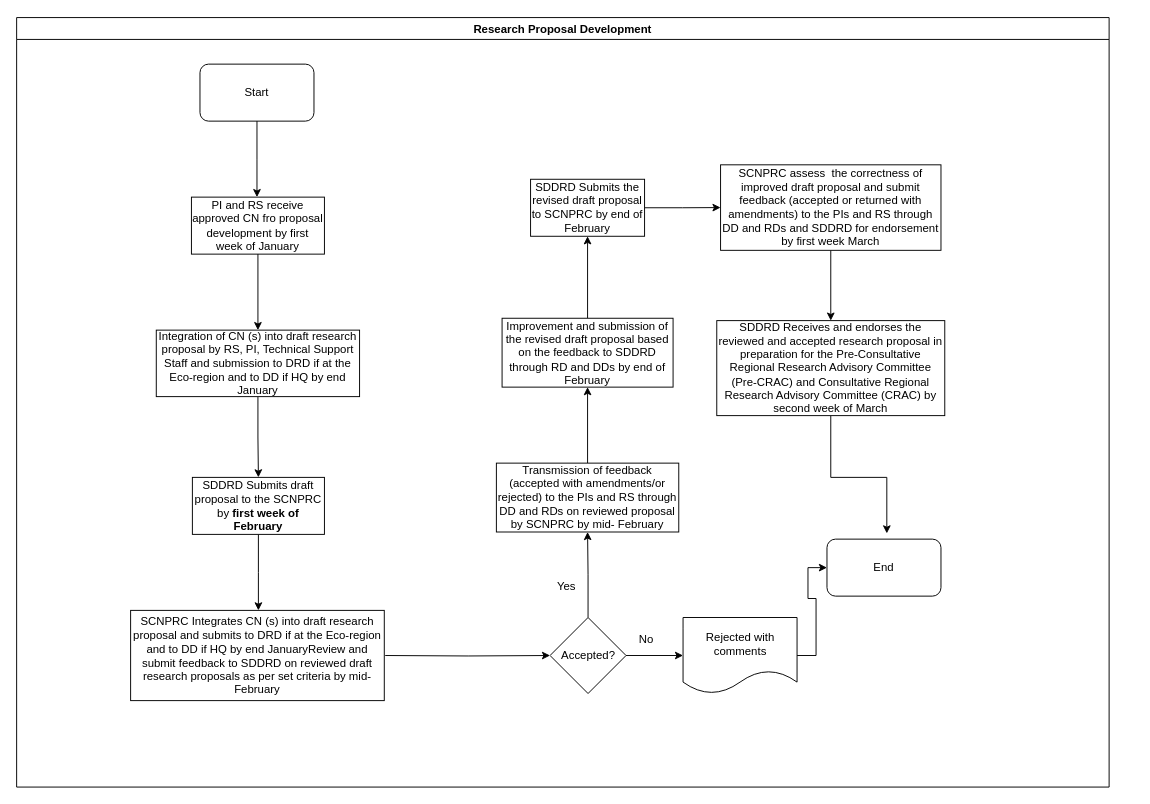
kmagua/flowcharts keeps this draw.io diagram as KEFRI_R&D-Research Proposal Development.drawio. Above is the earlier version. Source tidied: cells renumbered, new cells numbered last; positions are measured from the earlier drawing's top-left corner, leaving out a move shared by most shapes. Both pictures are drawn from the tidied source at 95%, with x=0, y=0 at pixel (16, 17).
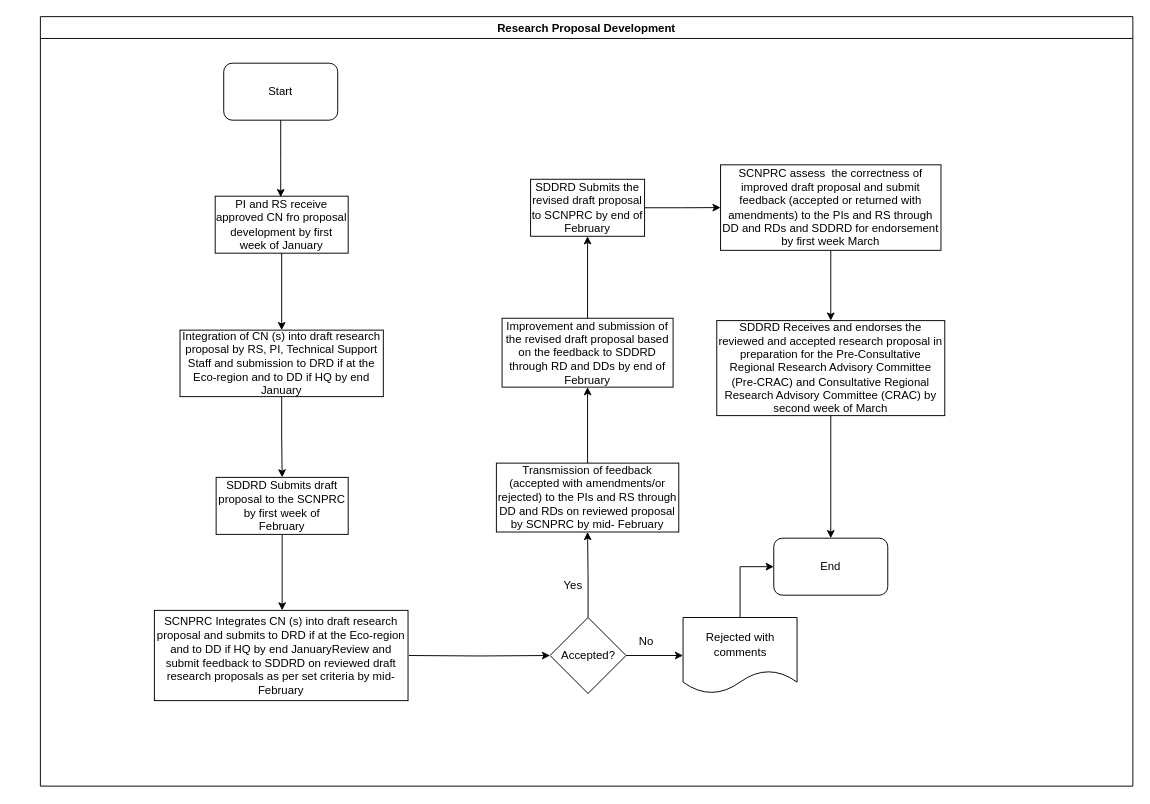
The same diagram, later.

Unchanged cells that the change refers to:
```xml
<mxCell id="3" value="Start" style="rounded=1;whiteSpace=wrap;html=1;" parent="2" vertex="1">
  <mxGeometry x="193" y="49" width="120" height="60" as="geometry" />
</mxCell>
<mxCell id="18" value="Accepted?" style="rhombus;whiteSpace=wrap;html=1;rounded=0;" parent="1" vertex="1">
  <mxGeometry x="561.5" y="631.5" width="80" height="80" as="geometry" />
</mxCell>
<mxCell id="20" value="Rejected with comments" style="shape=document;whiteSpace=wrap;html=1;boundedLbl=1;rounded=0;" parent="1" vertex="1">
  <mxGeometry x="701.5" y="631.5" width="120" height="80" as="geometry" />
</mxCell>
<mxCell id="30" value="SDDRD Receives and endorses the reviewed and accepted research proposal in preparation for the Pre-Consultative Regional Research Advisory Committee (Pre-CRAC) and Consultative Regional Research Advisory Committee (CRAC) by second week of March" style="whiteSpace=wrap;html=1;rounded=0;" parent="1" vertex="1">
  <mxGeometry x="737" y="319" width="240" height="100" as="geometry" />
</mxCell>
```

What changed in the source:
```diff
@@
     <mxCell id="2" value="Research Proposal Development" style="swimlane;" parent="1" vertex="1">
-      <mxGeometry width="1150" height="810" as="geometry" />
+      <mxGeometry x="25" y="-1" width="1150" height="810" as="geometry" />
     </mxCell>
@@
     <mxCell id="5" value="No" style="text;html=1;strokeColor=none;fillColor=none;align=center;verticalAlign=middle;whiteSpace=wrap;rounded=0;" parent="2" vertex="1">
-      <mxGeometry x="643" y="645" width="40" height="20" as="geometry" />
+      <mxGeometry x="618" y="648" width="40" height="20" as="geometry" />
     </mxCell>
     <mxCell id="6" value="Yes" style="text;html=1;strokeColor=none;fillColor=none;align=center;verticalAlign=middle;whiteSpace=wrap;rounded=0;" parent="2" vertex="1">
-      <mxGeometry x="559" y="589" width="40" height="20" as="geometry" />
+      <mxGeometry x="541" y="589" width="40" height="20" as="geometry" />
     </mxCell>
     <mxCell id="7" value="End" style="rounded=1;whiteSpace=wrap;html=1;" parent="2" vertex="1">
-      <mxGeometry x="853" y="549" width="120" height="60" as="geometry" />
+      <mxGeometry x="772" y="549" width="120" height="60" as="geometry" />
     </mxCell>
     <mxCell id="8" style="edgeStyle=orthogonalEdgeStyle;rounded=0;jettySize=auto;html=1;" parent="1" edge="1" source="3">
       <mxGeometry relative="1" as="geometry">
-        <mxPoint x="253" y="189" as="targetPoint" />
+        <mxPoint x="278" y="189" as="targetPoint" />
       </mxGeometry>
     </mxCell>
@@
     <mxCell id="10" value="Integration of CN (s) into draft research proposal by RS, PI, Technical Support Staff and submission to DRD if at the Eco-region and to DD if HQ by end January" style="whiteSpace=wrap;html=1;rounded=0;" parent="1" vertex="1">
-      <mxGeometry x="147" y="329" width="214" height="70" as="geometry" />
+      <mxGeometry x="172" y="329" width="214" height="70" as="geometry" />
     </mxCell>
@@
     <mxCell id="12" style="edgeStyle=orthogonalEdgeStyle;rounded=0;jettySize=auto;html=1;" parent="1" edge="1" source="13">
       <mxGeometry relative="1" as="geometry">
-        <mxPoint x="254.5" y="624" as="targetPoint" />
+        <mxPoint x="279.5" y="624" as="targetPoint" />
       </mxGeometry>
     </mxCell>
-    <mxCell id="13" value="SDDRD Submits draft proposal to the SCNPRC by &lt;b&gt;first week of&lt;br/&gt;February&lt;/b&gt;&lt;br/&gt;" style="whiteSpace=wrap;html=1;rounded=0;" parent="1" vertex="1">
-      <mxGeometry x="185" y="484" width="139" height="60" as="geometry" />
+    <mxCell id="13" value="SDDRD Submits draft proposal to the SCNPRC by first week of&lt;br&gt;February" style="whiteSpace=wrap;html=1;rounded=0;" parent="1" vertex="1">
+      <mxGeometry x="210" y="484" width="139" height="60" as="geometry" />
     </mxCell>
     <mxCell id="14" style="edgeStyle=orthogonalEdgeStyle;rounded=0;jettySize=auto;html=1;" parent="1" edge="1" target="18">
       <mxGeometry relative="1" as="geometry">
-        <mxPoint x="388" y="671.5" as="sourcePoint" />
+        <mxPoint x="413" y="671.5" as="sourcePoint" />
       </mxGeometry>
     </mxCell>
     <mxCell id="15" value="SCNPRC Integrates CN (s) into draft research proposal and submits to DRD if at the Eco-region and to DD if HQ by end JanuaryReview and submit feedback to SDDRD on reviewed draft research proposals as per set criteria by mid-February" style="whiteSpace=wrap;html=1;rounded=0;" parent="1" vertex="1">
-      <mxGeometry x="120" y="624" width="267" height="95" as="geometry" />
+      <mxGeometry x="145" y="624" width="267" height="95" as="geometry" />
     </mxCell>
@@
-    <mxCell id="19" style="edgeStyle=orthogonalEdgeStyle;rounded=0;jettySize=auto;html=1;entryX=0;entryY=0.5;entryDx=0;entryDy=0;" parent="1" edge="1" source="20" target="7">
+    <mxCell id="19" style="edgeStyle=orthogonalEdgeStyle;rounded=0;jettySize=auto;html=1;entryX=0;entryY=0.5;entryDx=0;entryDy=0;exitX=0.5;exitY=0;exitDx=0;exitDy=0;" parent="1" edge="1" source="20" target="7">
       <mxGeometry relative="1" as="geometry" />
     </mxCell>
@@
-    <mxCell id="29" style="edgeStyle=orthogonalEdgeStyle;rounded=0;jettySize=auto;html=1;entryX=0.525;entryY=-0.1;entryDx=0;entryDy=0;entryPerimeter=0;" parent="1" edge="1" source="30" target="7">
+    <mxCell id="29" style="edgeStyle=orthogonalEdgeStyle;rounded=0;jettySize=auto;html=1;entryX=0.5;entryY=0;entryDx=0;entryDy=0;" parent="1" edge="1" source="30" target="7">
       <mxGeometry relative="1" as="geometry" />
     </mxCell>
```
